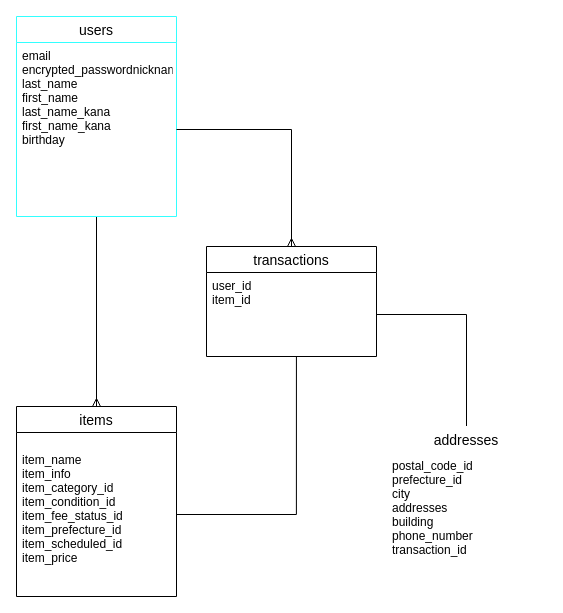
Earlier version of the draw.io diagram furima.dio (haruki1125/furima-32596). Source tidied: cells renumbered, new cells numbered last; positions are measured from the earlier drawing's top-left corner, leaving out a move shared by most shapes. Both pictures are drawn from the tidied source at 100%, with x=0, y=0 at pixel (16, 16).
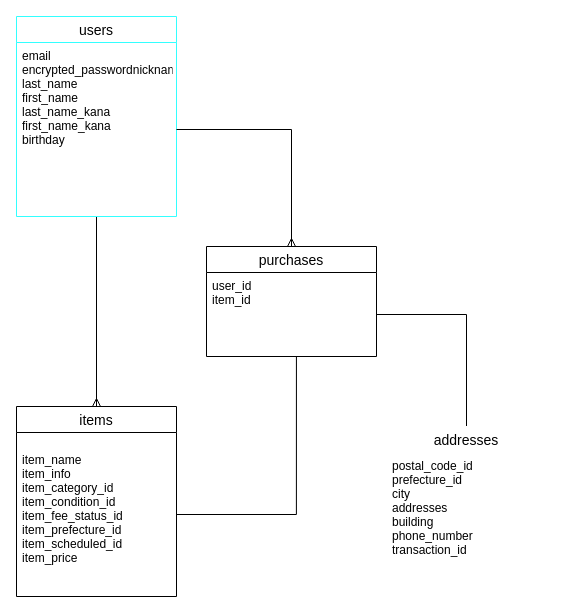
The same diagram, later.

What changed in the source:
```diff
@@
 <mxGraphModel>
   <root>
     <mxCell id="0" />
     <mxCell id="1" parent="0" />
     <mxCell id="2" style="edgeStyle=orthogonalEdgeStyle;rounded=0;jettySize=auto;html=1;entryX=0.5;entryY=0;entryDx=0;entryDy=0;endArrow=ERmany;endFill=0;strokeWidth=1;startArrow=none;startFill=0;" parent="1" edge="1" source="3" target="5">
       <mxGeometry relative="1" as="geometry" />
     </mxCell>
     <mxCell id="3" value="users" style="swimlane;fontStyle=0;horizontal=1;startSize=26;align=center;fontSize=14;strokeColor=#33FFFF;" parent="1" vertex="1">
       <mxGeometry width="160" height="200" as="geometry" />
     </mxCell>
     <mxCell id="4" value="email&#10;encrypted_passwordnickname&#10;last_name&#10;first_name&#10;last_name_kana&#10;first_name_kana&#10;birthday" style="text;strokeColor=none;fillColor=none;spacingLeft=4;spacingRight=4;overflow=hidden;points=[[0,0.5],[1,0.5]];portConstraint=eastwest;fontSize=12;" parent="3" vertex="1">
       <mxGeometry y="26" width="160" height="174" as="geometry" />
     </mxCell>
     <mxCell id="5" value="items" style="swimlane;fontStyle=0;horizontal=1;startSize=26;align=center;fontSize=14;" parent="1" vertex="1">
       <mxGeometry y="390" width="160" height="190" as="geometry" />
     </mxCell>
     <mxCell id="6" value="&#10;item_name&#10;item_info&#10;item_category_id&#10;item_condition_id&#10;item_fee_status_id&#10;item_prefecture_id&#10;item_scheduled_id&#10;item_price" style="text;strokeColor=none;fillColor=none;spacingLeft=4;spacingRight=4;overflow=hidden;points=[[0,0.5],[1,0.5]];portConstraint=eastwest;fontSize=12;" parent="5" vertex="1">
       <mxGeometry y="26" width="160" height="164" as="geometry" />
     </mxCell>
     <mxCell id="7" style="edgeStyle=orthogonalEdgeStyle;rounded=0;jettySize=auto;html=1;exitX=0.5;exitY=0;exitDx=0;exitDy=0;endArrow=none;endFill=0;entryX=1;entryY=0.5;entryDx=0;entryDy=0;" parent="1" edge="1" source="8" target="11">
       <mxGeometry relative="1" as="geometry" />
     </mxCell>
     <mxCell id="8" value="addresses" style="swimlane;fontStyle=0;horizontal=1;startSize=26;align=center;fontSize=14;strokeColor=#FFFFFF;" parent="1" vertex="1">
       <mxGeometry x="370" y="410" width="160" height="150" as="geometry" />
     </mxCell>
     <mxCell id="9" value="postal_code_id&#10;prefecture_id&#10;city&#10;addresses&#10;building&#10;phone_number&#10;transaction_id" style="text;strokeColor=none;fillColor=none;spacingLeft=4;spacingRight=4;overflow=hidden;fontSize=12;" parent="8" vertex="1">
       <mxGeometry y="26" width="160" height="124" as="geometry" />
     </mxCell>
-    <mxCell id="10" value="transactions" style="swimlane;fontStyle=0;horizontal=1;startSize=26;align=center;fontSize=14;" parent="1" vertex="1">
+    <mxCell id="10" value="purchases" style="swimlane;fontStyle=0;horizontal=1;startSize=26;align=center;fontSize=14;" parent="1" vertex="1">
       <mxGeometry x="190" y="230" width="170" height="110" as="geometry" />
     </mxCell>
     <mxCell id="11" value="user_id&#10;item_id&#10;" style="text;strokeColor=none;fillColor=none;spacingLeft=4;spacingRight=4;overflow=hidden;points=[[0,0.5],[1,0.5]];portConstraint=eastwest;fontSize=12;" parent="10" vertex="1">
       <mxGeometry y="26" width="170" height="84" as="geometry" />
     </mxCell>
     <mxCell id="12" style="edgeStyle=orthogonalEdgeStyle;rounded=0;jettySize=auto;html=1;entryX=0.5;entryY=0;entryDx=0;entryDy=0;endArrow=ERmany;endFill=0;" parent="1" edge="1" source="4" target="10">
       <mxGeometry relative="1" as="geometry" />
     </mxCell>
     <mxCell id="13" style="edgeStyle=orthogonalEdgeStyle;rounded=0;jettySize=auto;html=1;exitX=1;exitY=0.5;exitDx=0;exitDy=0;entryX=0.529;entryY=1;entryDx=0;entryDy=0;entryPerimeter=0;endArrow=none;endFill=0;" parent="1" edge="1" source="6" target="11">
       <mxGeometry relative="1" as="geometry" />
     </mxCell>
   </root>
 </mxGraphModel>
```
